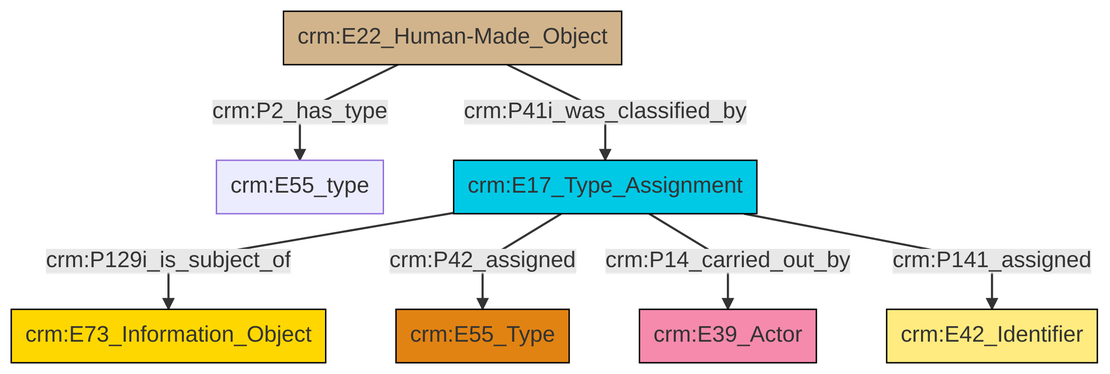
Earlier version of the Mermaid export et/builtWorkCSV/ttl/mmd/png/Built_Work_designation_status.png (swiss-art-research-net/reference-data-models). Its source is kept beside it as et/builtWorkCSV/ttl/mmd/Built_Work_designation_status.ttl.mmd.
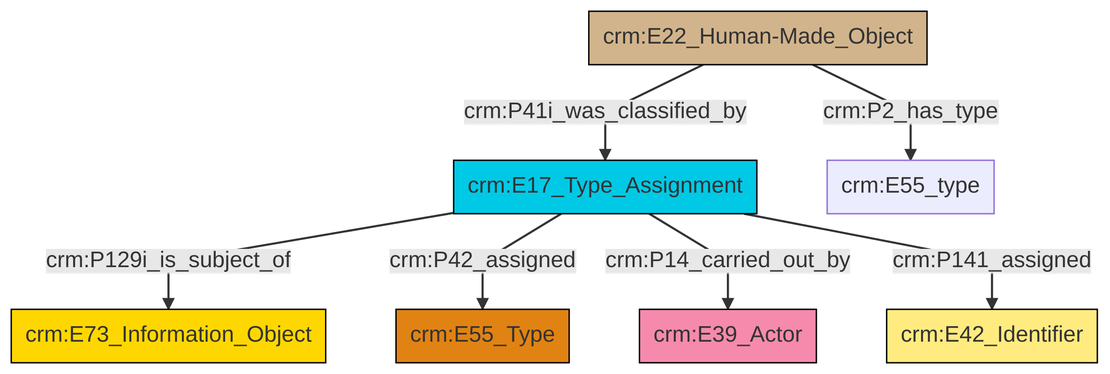
Above is the later version.

The edit, as a diff of the source:
```diff
@@ -13,9 +13,9 @@
 classDef PC_Classes fill:#4ce600, stroke:#000000;
 classDef Multi fill:#cccccc,stroke:#000000;
 
-0["crm:E22_Human-Made_Object"]:::Physical_Thing -->|crm:P2_has_type| 1["crm:E55_type"]:::Default
-0["crm:E22_Human-Made_Object"]:::Physical_Thing -->|crm:P41i_was_classified_by| 4["crm:E17_Type_Assignment"]:::Temporal_Entity
-4["crm:E17_Type_Assignment"]:::Temporal_Entity -->|crm:P129i_is_subject_of| 5["crm:E73_Information_Object"]:::Conceptual_Object
-4["crm:E17_Type_Assignment"]:::Temporal_Entity -->|crm:P42_assigned| 6["crm:E55_Type"]:::Type
-4["crm:E17_Type_Assignment"]:::Temporal_Entity -->|crm:P14_carried_out_by| 2["crm:E39_Actor"]:::Actor
-4["crm:E17_Type_Assignment"]:::Temporal_Entity -->|crm:P141_assigned| 7["crm:E42_Identifier"]:::Appellation
+2["crm:E17_Type_Assignment"]:::Temporal_Entity -->|crm:P129i_is_subject_of| 3["crm:E73_Information_Object"]:::Conceptual_Object
+2["crm:E17_Type_Assignment"]:::Temporal_Entity -->|crm:P42_assigned| 4["crm:E55_Type"]:::Type
+2["crm:E17_Type_Assignment"]:::Temporal_Entity -->|crm:P14_carried_out_by| 5["crm:E39_Actor"]:::Actor
+0["crm:E22_Human-Made_Object"]:::Physical_Thing -->|crm:P41i_was_classified_by| 2["crm:E17_Type_Assignment"]:::Temporal_Entity
+0["crm:E22_Human-Made_Object"]:::Physical_Thing -->|crm:P2_has_type| 10["crm:E55_type"]:::Default
+2["crm:E17_Type_Assignment"]:::Temporal_Entity -->|crm:P141_assigned| 6["crm:E42_Identifier"]:::Appellation
```
